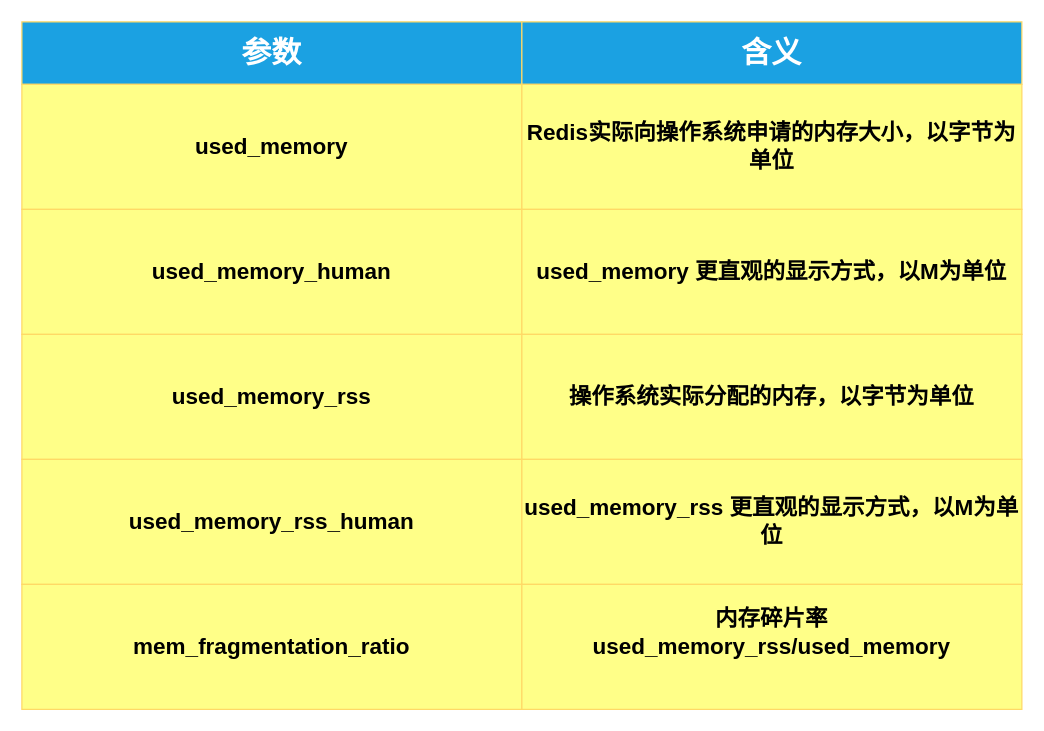
This is page "第 5 页" (5 of 6) of Redis内存清理/1.drawio from chenjiabing666/BlogImage, a draw.io file, before an edit. Source tidied: cells renumbered, new cells numbered last; positions are measured from the earlier drawing's top-left corner, leaving out a move shared by most shapes. Both pictures are drawn from the tidied source at 125%, with x=0, y=0 at pixel (21, 21).
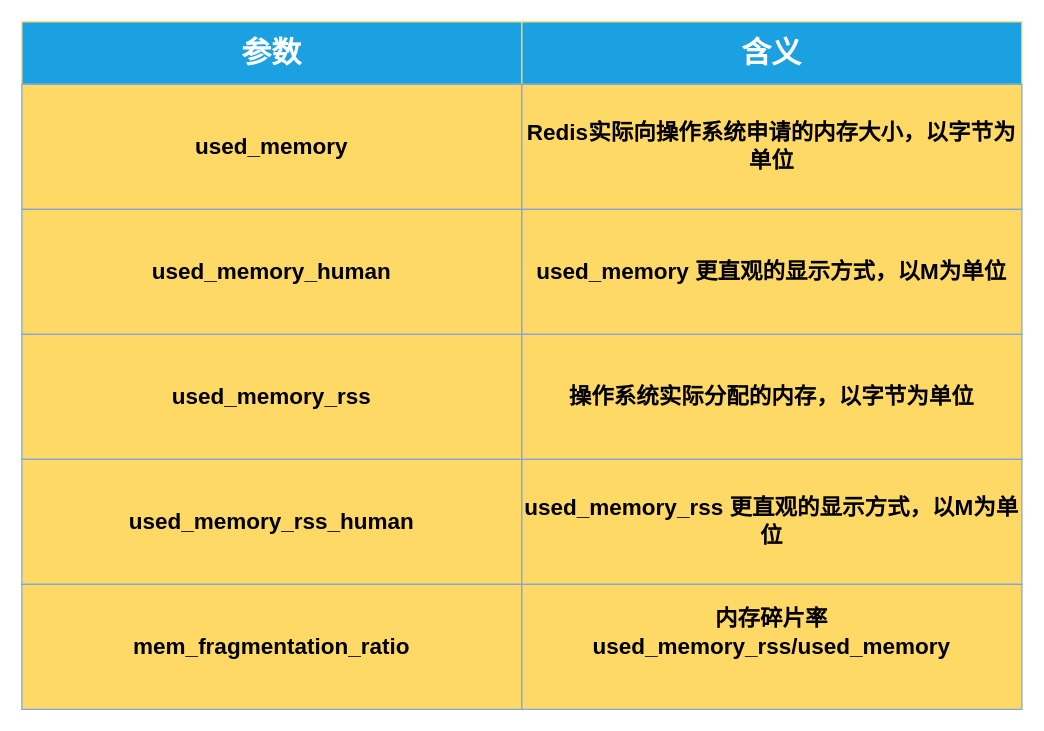
The same diagram, later.

The edit, as a diff of the source:
```diff
@@
 <mxGraphModel>
   <root>
     <mxCell id="0" />
     <mxCell id="1" parent="0" />
     <mxCell id="2" value="&lt;b&gt;&lt;font style=&quot;font-size: 24px&quot;&gt;参数&lt;/font&gt;&lt;/b&gt;" style="rounded=0;whiteSpace=wrap;html=1;strokeColor=#FFD966;align=center;fillColor=#1ba1e2;fontColor=#ffffff;" parent="1" vertex="1">
       <mxGeometry width="400" height="50" as="geometry" />
     </mxCell>
     <mxCell id="3" value="&lt;b&gt;&lt;font style=&quot;font-size: 24px&quot;&gt;含义&lt;/font&gt;&lt;/b&gt;" style="rounded=0;whiteSpace=wrap;html=1;strokeColor=#FFD966;align=center;fillColor=#1ba1e2;fontColor=#ffffff;" parent="1" vertex="1">
       <mxGeometry x="400" width="400" height="50" as="geometry" />
     </mxCell>
-    <mxCell id="4" value="&lt;span style=&quot;font-size: 18px&quot;&gt;&lt;b&gt;used_memory&lt;/b&gt;&lt;/span&gt;" style="rounded=0;whiteSpace=wrap;html=1;strokeColor=#FFD966;align=center;fillColor=#ffff88;" parent="1" vertex="1">
+    <mxCell id="4" value="&lt;span style=&quot;font-size: 18px&quot;&gt;&lt;b&gt;used_memory&lt;/b&gt;&lt;/span&gt;" style="rounded=0;whiteSpace=wrap;html=1;strokeColor=#7EA6E0;align=center;fillColor=#FFD966;" parent="1" vertex="1">
       <mxGeometry y="50" width="400" height="100" as="geometry" />
     </mxCell>
-    <mxCell id="5" value="&lt;span style=&quot;font-size: 18px&quot;&gt;&lt;b&gt;Redis实际向操作系统申请的内存大小，以字节为单位&lt;br&gt;&lt;/b&gt;&lt;/span&gt;" style="rounded=0;whiteSpace=wrap;html=1;strokeColor=#FFD966;align=center;fillColor=#ffff88;" parent="1" vertex="1">
+    <mxCell id="5" value="&lt;span style=&quot;font-size: 18px&quot;&gt;&lt;b&gt;Redis实际向操作系统申请的内存大小，以字节为单位&lt;br&gt;&lt;/b&gt;&lt;/span&gt;" style="rounded=0;whiteSpace=wrap;html=1;strokeColor=#7EA6E0;align=center;fillColor=#FFD966;" parent="1" vertex="1">
       <mxGeometry x="400" y="50" width="400" height="100" as="geometry" />
     </mxCell>
-    <mxCell id="6" value="&lt;span style=&quot;font-size: 18px&quot;&gt;&lt;b&gt;used_memory_human&lt;/b&gt;&lt;/span&gt;" style="rounded=0;whiteSpace=wrap;html=1;strokeColor=#FFD966;align=center;fillColor=#ffff88;" parent="1" vertex="1">
+    <mxCell id="6" value="&lt;span style=&quot;font-size: 18px&quot;&gt;&lt;b&gt;used_memory_human&lt;/b&gt;&lt;/span&gt;" style="rounded=0;whiteSpace=wrap;html=1;strokeColor=#7EA6E0;align=center;fillColor=#FFD966;" parent="1" vertex="1">
       <mxGeometry y="150" width="400" height="100" as="geometry" />
     </mxCell>
-    <mxCell id="7" value="&lt;font style=&quot;font-size: 18px&quot;&gt;&lt;b&gt;used_memory&amp;nbsp;更直观的显示方式，以M为单位&lt;/b&gt;&lt;/font&gt;" style="rounded=0;whiteSpace=wrap;html=1;strokeColor=#FFD966;align=center;fillColor=#ffff88;" parent="1" vertex="1">
+    <mxCell id="7" value="&lt;font style=&quot;font-size: 18px&quot;&gt;&lt;b&gt;used_memory&amp;nbsp;更直观的显示方式，以M为单位&lt;/b&gt;&lt;/font&gt;" style="rounded=0;whiteSpace=wrap;html=1;strokeColor=#7EA6E0;align=center;fillColor=#FFD966;" parent="1" vertex="1">
       <mxGeometry x="400" y="150" width="400" height="100" as="geometry" />
     </mxCell>
-    <mxCell id="8" value="&lt;span style=&quot;font-size: 18px&quot;&gt;&lt;b&gt;used_memory_rss&lt;/b&gt;&lt;/span&gt;" style="rounded=0;whiteSpace=wrap;html=1;strokeColor=#FFD966;align=center;fillColor=#ffff88;" parent="1" vertex="1">
+    <mxCell id="8" value="&lt;span style=&quot;font-size: 18px&quot;&gt;&lt;b&gt;used_memory_rss&lt;/b&gt;&lt;/span&gt;" style="rounded=0;whiteSpace=wrap;html=1;strokeColor=#7EA6E0;align=center;fillColor=#FFD966;" parent="1" vertex="1">
       <mxGeometry y="250" width="400" height="100" as="geometry" />
     </mxCell>
-    <mxCell id="9" value="&lt;span style=&quot;font-size: 18px&quot;&gt;&lt;b&gt;操作系统实际分配的内存，以字节为单位&lt;/b&gt;&lt;/span&gt;" style="rounded=0;whiteSpace=wrap;html=1;strokeColor=#FFD966;align=center;fillColor=#ffff88;" parent="1" vertex="1">
+    <mxCell id="9" value="&lt;span style=&quot;font-size: 18px&quot;&gt;&lt;b&gt;操作系统实际分配的内存，以字节为单位&lt;/b&gt;&lt;/span&gt;" style="rounded=0;whiteSpace=wrap;html=1;strokeColor=#7EA6E0;align=center;fillColor=#FFD966;" parent="1" vertex="1">
       <mxGeometry x="400" y="250" width="400" height="100" as="geometry" />
     </mxCell>
-    <mxCell id="10" value="&lt;span style=&quot;font-size: 18px&quot;&gt;&lt;b&gt;used_memory_rss_human&lt;/b&gt;&lt;/span&gt;" style="rounded=0;whiteSpace=wrap;html=1;strokeColor=#FFD966;align=center;fillColor=#ffff88;" parent="1" vertex="1">
+    <mxCell id="10" value="&lt;span style=&quot;font-size: 18px&quot;&gt;&lt;b&gt;used_memory_rss_human&lt;/b&gt;&lt;/span&gt;" style="rounded=0;whiteSpace=wrap;html=1;strokeColor=#7EA6E0;align=center;fillColor=#FFD966;" parent="1" vertex="1">
       <mxGeometry y="350" width="400" height="100" as="geometry" />
     </mxCell>
-    <mxCell id="11" value="&lt;b style=&quot;font-size: 18px&quot;&gt;used_memory_rss&amp;nbsp;更直观的显示方式，以M为单位&lt;/b&gt;" style="rounded=0;whiteSpace=wrap;html=1;strokeColor=#FFD966;align=center;fillColor=#ffff88;" parent="1" vertex="1">
+    <mxCell id="11" value="&lt;b style=&quot;font-size: 18px&quot;&gt;used_memory_rss&amp;nbsp;更直观的显示方式，以M为单位&lt;/b&gt;" style="rounded=0;whiteSpace=wrap;html=1;strokeColor=#7EA6E0;align=center;fillColor=#FFD966;" parent="1" vertex="1">
       <mxGeometry x="400" y="350" width="400" height="100" as="geometry" />
     </mxCell>
-    <mxCell id="12" value="&lt;span style=&quot;font-size: 18px&quot;&gt;&lt;b&gt;mem_fragmentation_ratio&lt;/b&gt;&lt;/span&gt;" style="rounded=0;whiteSpace=wrap;html=1;strokeColor=#FFD966;align=center;fillColor=#ffff88;" parent="1" vertex="1">
+    <mxCell id="12" value="&lt;span style=&quot;font-size: 18px&quot;&gt;&lt;b&gt;mem_fragmentation_ratio&lt;/b&gt;&lt;/span&gt;" style="rounded=0;whiteSpace=wrap;html=1;strokeColor=#7EA6E0;align=center;fillColor=#FFD966;" parent="1" vertex="1">
       <mxGeometry y="450" width="400" height="100" as="geometry" />
     </mxCell>
-    <mxCell id="13" value="&lt;span style=&quot;font-size: 18px&quot;&gt;&lt;b&gt;内存碎片率&lt;br&gt;&lt;/b&gt;&lt;/span&gt;&lt;b style=&quot;font-size: 18px&quot;&gt;used_memory_rss/&lt;/b&gt;&lt;b style=&quot;font-size: 18px&quot;&gt;used_memory&lt;/b&gt;&lt;span style=&quot;font-size: 18px&quot;&gt;&lt;b&gt;&lt;br&gt;&lt;br&gt;&lt;/b&gt;&lt;/span&gt;" style="rounded=0;whiteSpace=wrap;html=1;strokeColor=#FFD966;align=center;fillColor=#ffff88;" parent="1" vertex="1">
+    <mxCell id="13" value="&lt;span style=&quot;font-size: 18px&quot;&gt;&lt;b&gt;内存碎片率&lt;br&gt;&lt;/b&gt;&lt;/span&gt;&lt;b style=&quot;font-size: 18px&quot;&gt;used_memory_rss/&lt;/b&gt;&lt;b style=&quot;font-size: 18px&quot;&gt;used_memory&lt;/b&gt;&lt;span style=&quot;font-size: 18px&quot;&gt;&lt;b&gt;&lt;br&gt;&lt;br&gt;&lt;/b&gt;&lt;/span&gt;" style="rounded=0;whiteSpace=wrap;html=1;strokeColor=#7EA6E0;align=center;fillColor=#FFD966;" parent="1" vertex="1">
       <mxGeometry x="400" y="450" width="400" height="100" as="geometry" />
     </mxCell>
   </root>
 </mxGraphModel>
```
